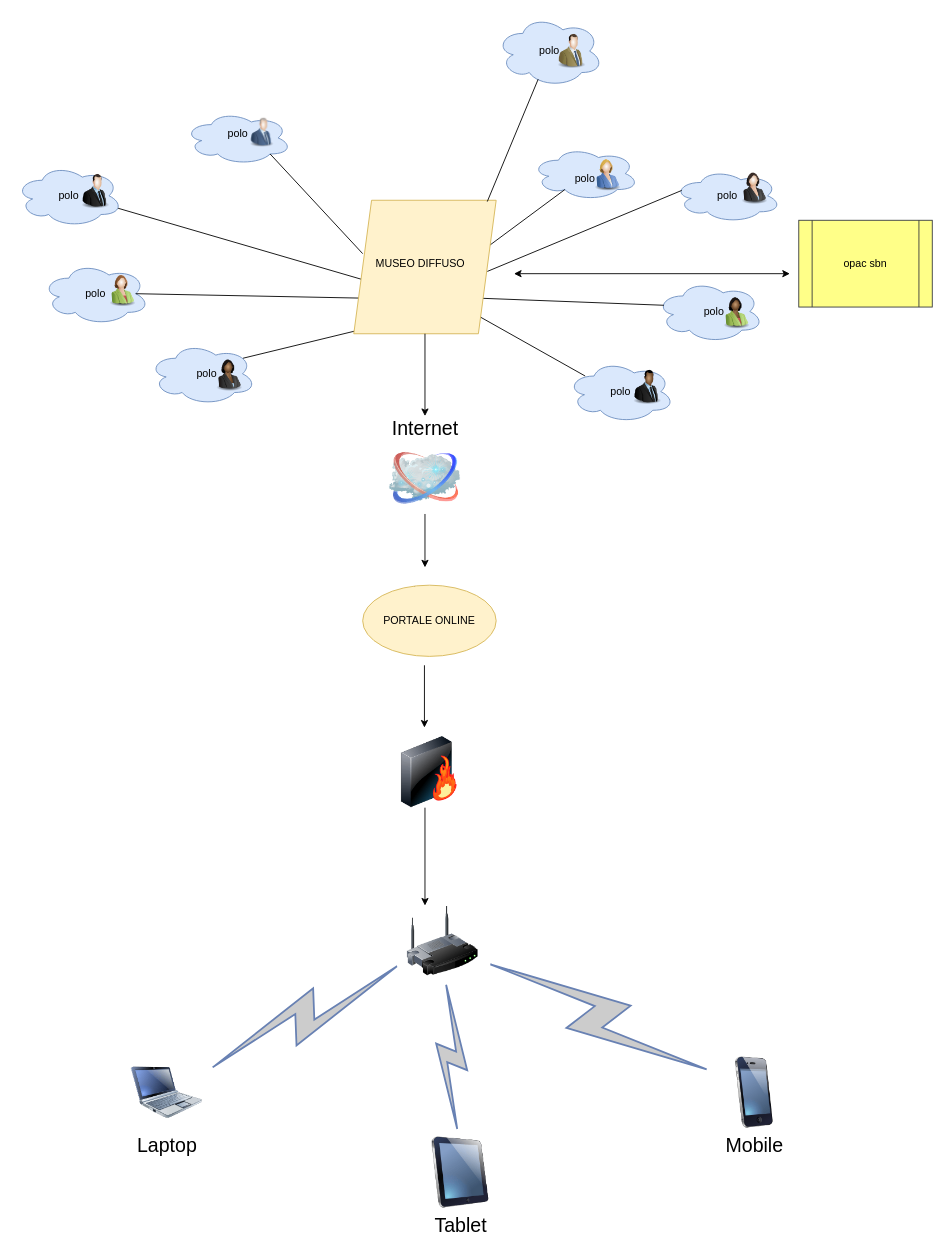
The draw.io diagram Untitled Diagram.drawio in utente10/elaborato-esame-, before the edit. Source tidied: cells renumbered, new cells numbered last; positions are measured from the earlier drawing's top-left corner, leaving out a move shared by most shapes. Both pictures are drawn from the tidied source at 89%, with x=0, y=0 at pixel (15, 15).
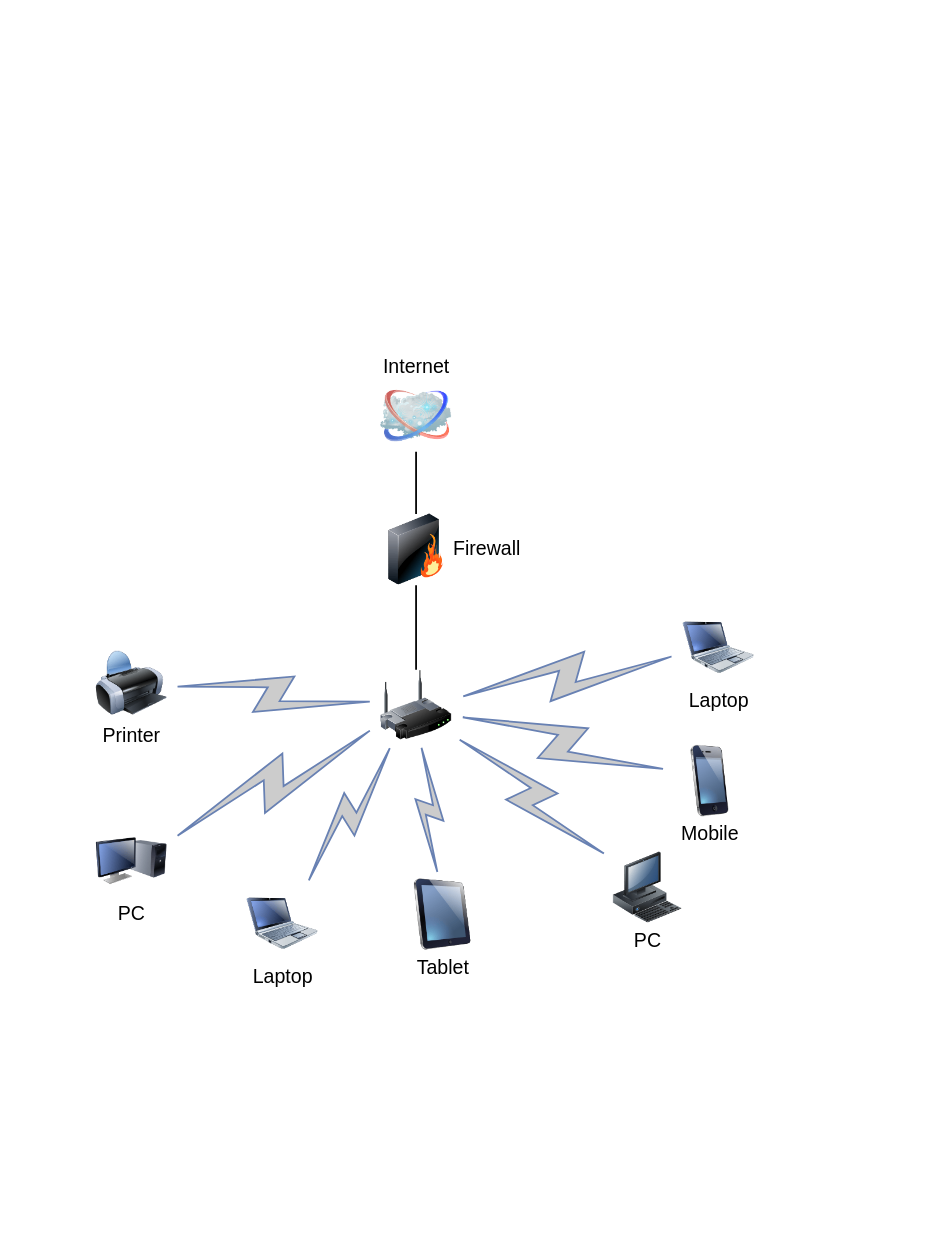
The same page after the edit.

What changed in the source:
```diff
@@
+    <mxCell id="59" style="edgeStyle=none;rounded=0;html=1;labelBackgroundColor=none;endArrow=none;strokeWidth=2;fontFamily=Verdana;fontSize=22;" parent="1" edge="1" source="2" target="61">
+      <mxGeometry relative="1" as="geometry" />
+    </mxCell>
     <mxCell id="2" style="image;html=1;labelBackgroundColor=#ffffff;image=img/lib/clip_art/networking/Wireless_Router_128x128.png;rounded=1;shadow=0;comic=0;strokeWidth=2;fontSize=22;" parent="1" vertex="1">
-      <mxGeometry x="440" y="1000" width="80" height="80" as="geometry" />
+      <mxGeometry x="410" y="735" width="80" height="80" as="geometry" />
     </mxCell>
     <mxCell id="3" value="Internet" style="image;html=1;labelBackgroundColor=#ffffff;image=img/lib/clip_art/networking/Cloud_128x128.png;rounded=1;shadow=0;comic=0;strokeWidth=2;fontSize=22;labelPosition=center;verticalLabelPosition=top;align=center;verticalAlign=bottom;" parent="1" vertex="1">
-      <mxGeometry x="420" y="480" width="80" height="80" as="geometry" />
+      <mxGeometry x="410" y="410" width="80" height="80" as="geometry" />
     </mxCell>
+    <mxCell id="60" style="edgeStyle=none;rounded=0;html=1;labelBackgroundColor=none;endArrow=none;strokeWidth=2;fontFamily=Verdana;fontSize=22;" parent="1" edge="1" source="61" target="3">
+      <mxGeometry relative="1" as="geometry" />
+    </mxCell>
+    <mxCell id="61" value="Firewall" style="image;html=1;labelBackgroundColor=#ffffff;image=img/lib/clip_art/networking/Firewall_128x128.png;rounded=1;shadow=0;comic=0;strokeWidth=2;fontSize=22;labelPosition=right;verticalLabelPosition=middle;align=left;verticalAlign=middle;" parent="1" vertex="1">
+      <mxGeometry x="410" y="560" width="80" height="80" as="geometry" />
+    </mxCell>
     <mxCell id="4" value="Tablet" style="image;html=1;labelBackgroundColor=#ffffff;image=img/lib/clip_art/computers/iPad_128x128.png;rounded=1;shadow=0;comic=0;strokeWidth=2;fontSize=22;" parent="1" vertex="1">
-      <mxGeometry x="460" y="1260" width="80" height="80" as="geometry" />
+      <mxGeometry x="440" y="970" width="80" height="80" as="geometry" />
     </mxCell>
+    <mxCell id="62" value="PC" style="image;html=1;labelBackgroundColor=#ffffff;image=img/lib/clip_art/computers/Monitor_Tower_128x128.png;rounded=1;shadow=0;comic=0;strokeWidth=2;fontSize=22;" parent="1" vertex="1">
+      <mxGeometry x="90" y="910" width="80" height="80" as="geometry" />
+    </mxCell>
+    <mxCell id="63" value="Printer" style="image;html=1;labelBackgroundColor=#ffffff;image=img/lib/clip_art/computers/Printer_128x128.png;rounded=1;shadow=0;comic=0;strokeWidth=2;fontSize=22;" parent="1" vertex="1">
+      <mxGeometry x="90" y="710" width="80" height="80" as="geometry" />
+    </mxCell>
+    <mxCell id="64" value="PC" style="image;html=1;labelBackgroundColor=#ffffff;image=img/lib/clip_art/computers/Workstation_128x128.png;rounded=1;shadow=0;comic=0;strokeWidth=2;fontSize=22;" parent="1" vertex="1">
+      <mxGeometry x="670" y="940" width="80" height="80" as="geometry" />
+    </mxCell>
     <mxCell id="5" value="Mobile" style="image;html=1;labelBackgroundColor=#ffffff;image=img/lib/clip_art/telecommunication/iPhone_128x128.png;rounded=1;shadow=0;comic=0;strokeWidth=2;fontSize=22;" parent="1" vertex="1">
-      <mxGeometry x="790" y="1170" width="80" height="80" as="geometry" />
+      <mxGeometry x="740" y="820" width="80" height="80" as="geometry" />
     </mxCell>
+    <mxCell id="65" value="Laptop" style="image;html=1;labelBackgroundColor=#ffffff;image=img/lib/clip_art/computers/Netbook_128x128.png;rounded=1;shadow=0;comic=0;strokeColor=#000000;strokeWidth=2;fillColor=#FFFFFF;fontSize=22;fontColor=#000000;" parent="1" vertex="1">
+      <mxGeometry x="750" y="670" width="80" height="80" as="geometry" />
+    </mxCell>
     <mxCell id="6" value="Laptop" style="image;html=1;labelBackgroundColor=#ffffff;image=img/lib/clip_art/computers/Netbook_128x128.png;rounded=1;shadow=0;comic=0;strokeWidth=2;fontSize=22;" parent="1" vertex="1">
-      <mxGeometry x="130" y="1170" width="80" height="80" as="geometry" />
+      <mxGeometry x="260" y="980" width="80" height="80" as="geometry" />
     </mxCell>
+    <mxCell id="66" style="html=1;fillColor=#CCCCCC;strokeColor=#6881B3;gradientColor=none;gradientDirection=north;strokeWidth=2;shape=mxgraph.networks.comm_link_edge;html=1;labelBackgroundColor=none;endArrow=none;fontFamily=Verdana;fontSize=22;fontColor=#000000;" parent="1" edge="1" source="63" target="2">
+      <mxGeometry relative="1" as="geometry" />
+    </mxCell>
+    <mxCell id="67" style="html=1;fillColor=#CCCCCC;strokeColor=#6881B3;gradientColor=none;gradientDirection=north;strokeWidth=2;shape=mxgraph.networks.comm_link_edge;html=1;labelBackgroundColor=none;endArrow=none;fontFamily=Verdana;fontSize=22;fontColor=#000000;fontStyle=1;" parent="1" edge="1" source="62" target="2">
+      <mxGeometry relative="1" as="geometry" />
+    </mxCell>
@@
+    <mxCell id="68" style="html=1;fillColor=#CCCCCC;strokeColor=#6881B3;gradientColor=none;gradientDirection=north;strokeWidth=2;shape=mxgraph.networks.comm_link_edge;html=1;labelBackgroundColor=none;endArrow=none;fontFamily=Verdana;fontSize=22;fontColor=#000000;" parent="1" edge="1" source="64" target="2">
+      <mxGeometry relative="1" as="geometry" />
+    </mxCell>
@@
-    <mxCell id="10" style="endArrow=none;html=1;startArrow=none;" parent="1" edge="1" source="11">
-      <mxGeometry relative="1" as="geometry">
-        <mxPoint x="449.3" y="645" as="targetPoint" />
-      </mxGeometry>
-    </mxCell>
-    <mxCell id="11" style="ellipse;whiteSpace=wrap;html=1;fillColor=#fff2cc;strokeColor=#d6b656;" parent="1" vertex="1">
-      <mxGeometry x="390" y="640" width="150" height="80" as="geometry" />
-    </mxCell>
-    <mxCell id="12" value="PORTALE ONLINE&lt;br&gt;" style="text;html=1;strokeColor=none;fillColor=none;align=center;verticalAlign=middle;whiteSpace=wrap;rounded=0;" parent="1" vertex="1">
-      <mxGeometry x="395" y="650" width="140" height="60" as="geometry" />
-    </mxCell>
-    <mxCell id="13" style="ellipse;shape=cloud;whiteSpace=wrap;html=1;fillColor=#dae8fc;strokeColor=#6c8ebf;" parent="1" vertex="1">
-      <mxGeometry y="167.5" width="120" height="70" as="geometry" />
-    </mxCell>
-    <mxCell id="14" style="ellipse;shape=cloud;whiteSpace=wrap;html=1;fillColor=#dae8fc;strokeColor=#6c8ebf;" parent="1" vertex="1">
-      <mxGeometry x="30" y="277.5" width="120" height="70" as="geometry" />
-    </mxCell>
-    <mxCell id="15" style="ellipse;shape=cloud;whiteSpace=wrap;html=1;fillColor=#dae8fc;strokeColor=#6c8ebf;" parent="1" vertex="1">
-      <mxGeometry x="190" y="107.5" width="120" height="60" as="geometry" />
-    </mxCell>
-    <mxCell id="16" style="ellipse;shape=cloud;whiteSpace=wrap;html=1;fillColor=#dae8fc;strokeColor=#6c8ebf;" parent="1" vertex="1">
-      <mxGeometry x="150" y="367.5" width="120" height="70" as="geometry" />
-    </mxCell>
-    <mxCell id="17" style="ellipse;shape=cloud;whiteSpace=wrap;html=1;fillColor=#dae8fc;strokeColor=#6c8ebf;" parent="1" vertex="1">
-      <mxGeometry x="580" y="147.5" width="120" height="60" as="geometry" />
-    </mxCell>
-    <mxCell id="18" style="ellipse;shape=cloud;whiteSpace=wrap;html=1;fillColor=#dae8fc;strokeColor=#6c8ebf;" parent="1" vertex="1">
-      <mxGeometry x="740" y="172.5" width="120" height="60" as="geometry" />
-    </mxCell>
-    <mxCell id="19" style="ellipse;shape=cloud;whiteSpace=wrap;html=1;fillColor=#dae8fc;strokeColor=#6c8ebf;" parent="1" vertex="1">
-      <mxGeometry x="620" y="387.5" width="120" height="70" as="geometry" />
-    </mxCell>
-    <mxCell id="20" style="ellipse;shape=cloud;whiteSpace=wrap;html=1;fillColor=#dae8fc;strokeColor=#6c8ebf;" parent="1" vertex="1">
-      <mxGeometry x="720" y="297.5" width="120" height="70" as="geometry" />
-    </mxCell>
-    <mxCell id="21" value="polo" style="text;html=1;strokeColor=none;fillColor=none;align=center;verticalAlign=middle;whiteSpace=wrap;rounded=0;" parent="1" vertex="1">
-      <mxGeometry x="190" y="387.5" width="50" height="30" as="geometry" />
-    </mxCell>
-    <mxCell id="22" value="polo&lt;br&gt;" style="text;html=1;strokeColor=none;fillColor=none;align=center;verticalAlign=middle;whiteSpace=wrap;rounded=0;" parent="1" vertex="1">
-      <mxGeometry x="60" y="297.5" width="60" height="30" as="geometry" />
-    </mxCell>
-    <mxCell id="23" value="polo" style="text;html=1;strokeColor=none;fillColor=none;align=center;verticalAlign=middle;whiteSpace=wrap;rounded=0;" parent="1" vertex="1">
-      <mxGeometry x="30" y="187.5" width="60" height="30" as="geometry" />
-    </mxCell>
-    <mxCell id="24" value="polo" style="text;html=1;strokeColor=none;fillColor=none;align=center;verticalAlign=middle;whiteSpace=wrap;rounded=0;" parent="1" vertex="1">
-      <mxGeometry x="220" y="117.5" width="60" height="30" as="geometry" />
-    </mxCell>
-    <mxCell id="25" value="polo&lt;br&gt;" style="text;html=1;align=center;verticalAlign=middle;whiteSpace=wrap;rounded=0;" parent="1" vertex="1">
-      <mxGeometry x="605" y="167.5" width="70" height="30" as="geometry" />
-    </mxCell>
-    <mxCell id="26" value="polo" style="text;html=1;align=center;verticalAlign=middle;whiteSpace=wrap;rounded=0;" parent="1" vertex="1">
-      <mxGeometry x="760" y="187.5" width="80" height="30" as="geometry" />
-    </mxCell>
-    <mxCell id="27" value="polo" style="text;html=1;align=center;verticalAlign=middle;whiteSpace=wrap;rounded=0;" parent="1" vertex="1">
-      <mxGeometry x="750" y="317.5" width="70" height="30" as="geometry" />
-    </mxCell>
-    <mxCell id="28" style="endArrow=none;html=1;exitX=0.07;exitY=0.4;exitDx=0;exitDy=0;exitPerimeter=0;" parent="1" edge="1" source="20">
-      <mxGeometry relative="1" as="geometry">
-        <mxPoint x="520" y="317.5" as="targetPoint" />
-      </mxGeometry>
-    </mxCell>
-    <mxCell id="29" style="endArrow=none;html=1;exitX=0.25;exitY=0.25;exitDx=0;exitDy=0;exitPerimeter=0;" parent="1" edge="1">
-      <mxGeometry relative="1" as="geometry">
-        <mxPoint x="640" y="405" as="sourcePoint" />
-        <mxPoint x="520" y="337.5" as="targetPoint" />
-      </mxGeometry>
-    </mxCell>
-    <mxCell id="30" style="endArrow=none;html=1;exitX=0.07;exitY=0.4;exitDx=0;exitDy=0;exitPerimeter=0;" parent="1" edge="1" source="18">
-      <mxGeometry relative="1" as="geometry">
-        <mxPoint x="530" y="287.5" as="targetPoint" />
-      </mxGeometry>
-    </mxCell>
-    <mxCell id="31" style="endArrow=none;html=1;entryX=0.31;entryY=0.8;entryDx=0;entryDy=0;entryPerimeter=0;" parent="1" edge="1" target="17">
-      <mxGeometry relative="1" as="geometry">
-        <mxPoint x="520" y="267.5" as="sourcePoint" />
-      </mxGeometry>
-    </mxCell>
-    <mxCell id="32" style="endArrow=none;html=1;exitX=0.8;exitY=0.8;exitDx=0;exitDy=0;exitPerimeter=0;" parent="1" edge="1" source="15">
-      <mxGeometry relative="1" as="geometry">
-        <mxPoint x="390" y="267.5" as="targetPoint" />
-      </mxGeometry>
-    </mxCell>
-    <mxCell id="33" style="endArrow=none;html=1;exitX=0.96;exitY=0.7;exitDx=0;exitDy=0;exitPerimeter=0;entryX=0.054;entryY=0.592;entryDx=0;entryDy=0;entryPerimeter=0;" parent="1" edge="1" source="13" target="36">
-      <mxGeometry relative="1" as="geometry" />
-    </mxCell>
-    <mxCell id="34" style="endArrow=none;html=1;exitX=0.875;exitY=0.5;exitDx=0;exitDy=0;exitPerimeter=0;" parent="1" edge="1" source="14">
-      <mxGeometry relative="1" as="geometry">
-        <mxPoint x="390" y="317.5" as="targetPoint" />
-      </mxGeometry>
-    </mxCell>
-    <mxCell id="35" style="endArrow=none;html=1;exitX=0.88;exitY=0.25;exitDx=0;exitDy=0;exitPerimeter=0;" parent="1" edge="1" source="16">
-      <mxGeometry relative="1" as="geometry">
-        <mxPoint x="410" y="347.5" as="targetPoint" />
-      </mxGeometry>
-    </mxCell>
-    <mxCell id="36" style="shape=parallelogram;perimeter=parallelogramPerimeter;whiteSpace=wrap;html=1;fixedSize=1;fillColor=#fff2cc;strokeColor=#d6b656;" parent="1" vertex="1">
-      <mxGeometry x="380" y="207.5" width="160" height="150" as="geometry" />
-    </mxCell>
-    <mxCell id="37" value="MUSEO DIFFUSO" style="text;html=1;strokeColor=none;fillColor=none;align=center;verticalAlign=middle;whiteSpace=wrap;rounded=0;strokeWidth=3;perimeterSpacing=7;" parent="1" vertex="1">
-      <mxGeometry x="400" y="217.5" width="110" height="122.5" as="geometry" />
-    </mxCell>
-    <mxCell id="38" style="ellipse;shape=cloud;whiteSpace=wrap;html=1;fillColor=#dae8fc;strokeColor=#6c8ebf;" parent="1" vertex="1">
-      <mxGeometry x="540" width="120" height="80" as="geometry" />
-    </mxCell>
-    <mxCell id="39" value="polo" style="text;html=1;strokeColor=none;fillColor=none;align=center;verticalAlign=middle;whiteSpace=wrap;rounded=0;" parent="1" vertex="1">
-      <mxGeometry x="575" y="22.5" width="50" height="35" as="geometry" />
-    </mxCell>
-    <mxCell id="40" style="endArrow=none;html=1;entryX=0.31;entryY=0.8;entryDx=0;entryDy=0;entryPerimeter=0;" parent="1" edge="1">
-      <mxGeometry relative="1" as="geometry">
-        <mxPoint x="530" y="209" as="sourcePoint" />
-        <mxPoint x="587.2" y="71.5" as="targetPoint" />
-      </mxGeometry>
-    </mxCell>
-    <mxCell id="41" value="polo" style="text;html=1;align=center;verticalAlign=middle;whiteSpace=wrap;rounded=0;" parent="1" vertex="1">
-      <mxGeometry x="660" y="412.5" width="40" height="20" as="geometry" />
-    </mxCell>
-    <mxCell id="42" style="shape=process;whiteSpace=wrap;html=1;backgroundOutline=1;fillColor=#ffff88;strokeColor=#36393d;" parent="1" vertex="1">
-      <mxGeometry x="880" y="230" width="150" height="97.5" as="geometry" />
-    </mxCell>
-    <mxCell id="43" value="opac sbn" style="text;html=1;fillColor=none;align=center;verticalAlign=middle;whiteSpace=wrap;rounded=0;" parent="1" vertex="1">
-      <mxGeometry x="900" y="243.8" width="110" height="70" as="geometry" />
-    </mxCell>
-    <mxCell id="44" style="endArrow=classic;startArrow=classic;html=1;" parent="1" edge="1">
-      <mxGeometry relative="1" as="geometry">
-        <mxPoint x="560" y="290" as="sourcePoint" />
-        <mxPoint x="870" y="290" as="targetPoint" />
-      </mxGeometry>
-    </mxCell>
-    <mxCell id="45" style="endArrow=classic;html=1;" parent="1" edge="1" source="36">
-      <mxGeometry relative="1" as="geometry">
-        <mxPoint x="460" y="450" as="targetPoint" />
-      </mxGeometry>
-    </mxCell>
-    <mxCell id="46" style="endArrow=classic;html=1;exitX=0.5;exitY=1;exitDx=0;exitDy=0;" parent="1" edge="1" source="3">
-      <mxGeometry relative="1" as="geometry">
-        <mxPoint x="460" y="620" as="targetPoint" />
-      </mxGeometry>
-    </mxCell>
-    <mxCell id="47" style="image;html=1;image=img/lib/clip_art/networking/Firewall-page1_128x128.png;strokeWidth=3;" parent="1" vertex="1">
-      <mxGeometry x="425" y="810" width="80" height="80" as="geometry" />
-    </mxCell>
-    <mxCell id="48" style="endArrow=classic;html=1;entryX=0.25;entryY=0;entryDx=0;entryDy=0;" parent="1" edge="1" target="2">
-      <mxGeometry relative="1" as="geometry">
-        <mxPoint x="460" y="890" as="sourcePoint" />
-      </mxGeometry>
-    </mxCell>
-    <mxCell id="49" style="endArrow=classic;html=1;" parent="1" edge="1">
-      <mxGeometry relative="1" as="geometry">
-        <mxPoint x="459.4" y="730" as="sourcePoint" />
-        <mxPoint x="459.4" y="800" as="targetPoint" />
-      </mxGeometry>
-    </mxCell>
-    <mxCell id="50" style="image;html=1;image=img/lib/clip_art/people/Suit_Man_Blue_128x128.png;strokeWidth=3;" parent="1" vertex="1">
-      <mxGeometry x="260" y="107.5" width="34" height="47.5" as="geometry" />
-    </mxCell>
-    <mxCell id="51" style="image;html=1;image=img/lib/clip_art/people/Suit_Man_128x128.png;strokeWidth=3;" parent="1" vertex="1">
-      <mxGeometry x="70" y="172.5" width="40" height="50" as="geometry" />
-    </mxCell>
-    <mxCell id="52" style="image;html=1;image=img/lib/clip_art/people/Suit_Man_Black_128x128.png;strokeWidth=3;" parent="1" vertex="1">
-      <mxGeometry x="690" y="387.5" width="40" height="60" as="geometry" />
-    </mxCell>
-    <mxCell id="53" style="image;html=1;image=img/lib/clip_art/people/Suit_Man_Green_128x128.png;strokeWidth=3;" parent="1" vertex="1">
-      <mxGeometry x="605" y="15" width="40" height="50" as="geometry" />
-    </mxCell>
-    <mxCell id="54" style="image;html=1;image=img/lib/clip_art/people/Suit_Woman_Green_128x128.png;strokeWidth=3;" parent="1" vertex="1">
-      <mxGeometry x="100" y="277.5" width="40" height="60" as="geometry" />
-    </mxCell>
-    <mxCell id="55" style="image;html=1;image=img/lib/clip_art/people/Suit_Woman_Blue_128x128.png;strokeWidth=3;" parent="1" vertex="1">
-      <mxGeometry x="645" y="147.5" width="40" height="60" as="geometry" />
-    </mxCell>
-    <mxCell id="56" style="image;html=1;image=img/lib/clip_art/people/Suit_Woman_Black_128x128.png;strokeWidth=3;" parent="1" vertex="1">
-      <mxGeometry x="220" y="367.5" width="40" height="70" as="geometry" />
-    </mxCell>
-    <mxCell id="57" style="image;html=1;image=img/lib/clip_art/people/Suit_Woman_128x128.png;strokeWidth=3;" parent="1" vertex="1">
-      <mxGeometry x="810" y="152.5" width="40" height="80" as="geometry" />
-    </mxCell>
-    <mxCell id="58" style="image;html=1;image=img/lib/clip_art/people/Suit_Woman_Green_Black_128x128.png;strokeWidth=3;" parent="1" vertex="1">
-      <mxGeometry x="790" y="302.5" width="40" height="60" as="geometry" />
-    </mxCell>
+    <mxCell id="69" style="html=1;fillColor=#CCCCCC;strokeColor=#6881B3;gradientColor=none;gradientDirection=north;strokeWidth=2;shape=mxgraph.networks.comm_link_edge;html=1;labelBackgroundColor=none;endArrow=none;fontFamily=Verdana;fontSize=22;fontColor=#000000;" parent="1" edge="1" source="65" target="2">
+      <mxGeometry relative="1" as="geometry" />
+    </mxCell>
```
